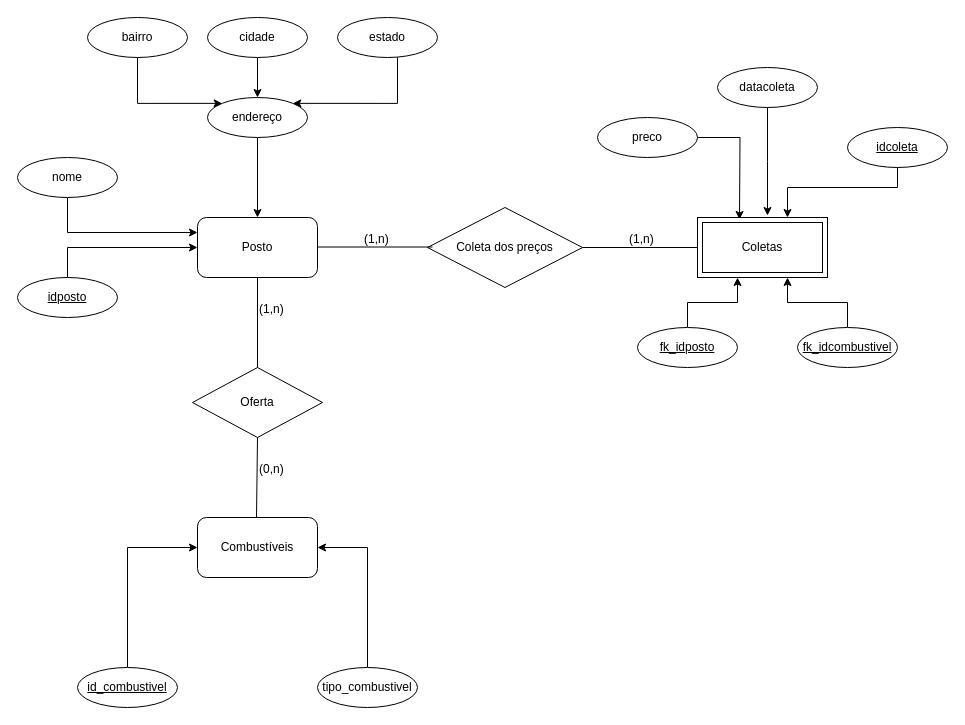
Earlier version of the draw.io diagram Diagrama sem nome.drawio (carlossb1/bdrl_uvv). Source tidied: cells renumbered, new cells numbered last; positions are measured from the earlier drawing's top-left corner, leaving out a move shared by most shapes. Both pictures are drawn from the tidied source at 100%, with x=0, y=0 at pixel (17, 17).
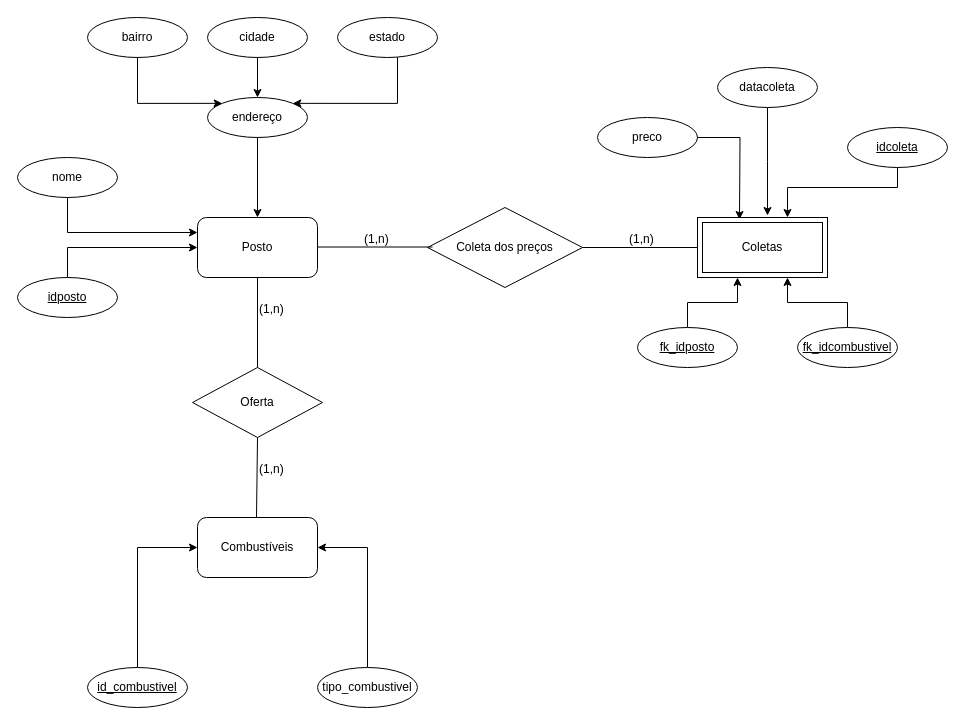
After the change.

The edit, as a diff of the source:
```diff
@@
-    <mxCell id="30" value="(0,n)" style="html=1;whiteSpace=wrap;align=left;verticalAlign=bottom;direction=south;" parent="1" vertex="1">
+    <mxCell id="30" value="(1,n)" style="html=1;whiteSpace=wrap;align=left;verticalAlign=bottom;direction=south;" parent="1" vertex="1">
       <mxGeometry x="240" y="460" as="geometry" />
     </mxCell>
@@
     <mxCell id="35" value="id_combustivel" style="ellipse;whiteSpace=wrap;html=1;align=center;fontStyle=4;" parent="1" vertex="1">
-      <mxGeometry x="60" y="650" width="100" height="40" as="geometry" />
+      <mxGeometry x="70" y="650" width="100" height="40" as="geometry" />
     </mxCell>
```
